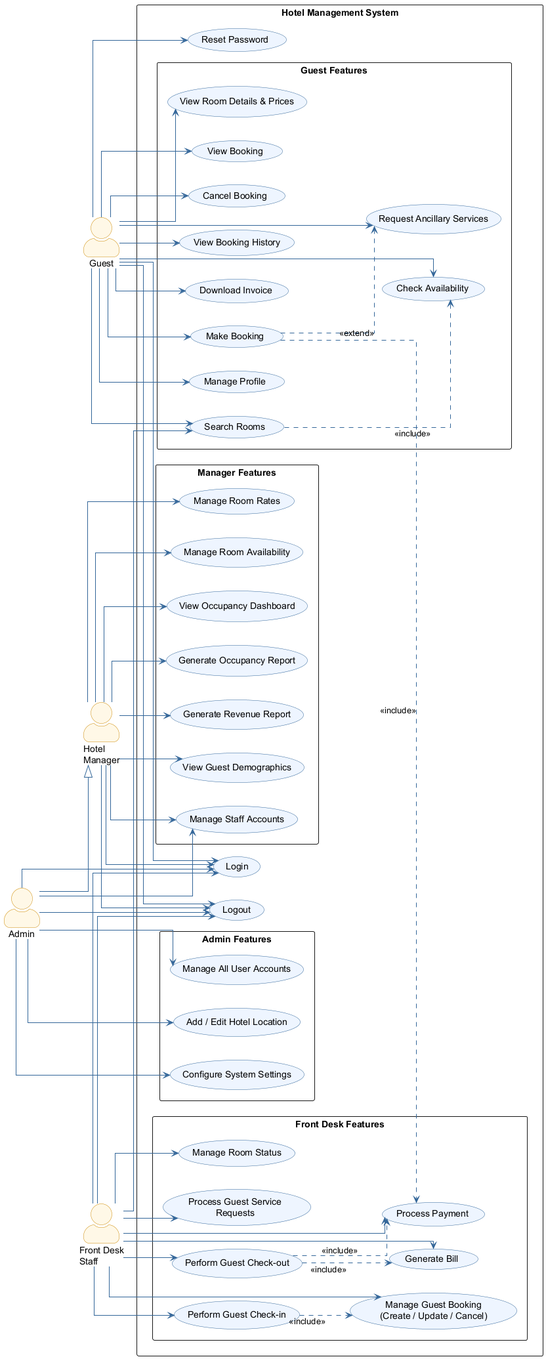
Above: docs/diagrams/HMS_UseCaseDiagram.png in NewGate110/Hotel_Management_System (PlantUML), before the change. The source it was exported from:
```plantuml
@startuml HMS_UseCaseDiagram

skinparam actorStyle awesome
skinparam packageStyle rectangle
skinparam usecase {
  BackgroundColor #EEF5FF
  BorderColor #336699
}
skinparam actor {
  BackgroundColor #FFF8E7
  BorderColor #CC8800
}
skinparam ArrowColor #336699
skinparam linetype ortho

left to right direction

actor Guest          as G
actor "Front Desk\nStaff" as S
actor "Hotel\nManager"    as M
actor Admin          as A

rectangle "Hotel Management System" {

  usecase "Login"                         as UC_Login
  usecase "Logout"                        as UC_Logout
  usecase "Reset Password"                as UC_ResetPw

  package "Guest Features" {
    usecase "Search Rooms"                as UC_Search
    usecase "View Room Details & Prices"  as UC_RoomDetail
    usecase "Check Availability"          as UC_Avail
    usecase "Make Booking"                as UC_Book
    usecase "View Booking"                as UC_ViewBook
    usecase "Cancel Booking"              as UC_Cancel
    usecase "Request Ancillary Services"  as UC_Services
    usecase "View Booking History"        as UC_History
    usecase "Download Invoice"            as UC_Invoice
    usecase "Manage Profile"              as UC_Profile
  }

  package "Front Desk Features" {
    usecase "Manage Guest Booking\n(Create / Update / Cancel)" as UC_ManageBook
    usecase "Perform Guest Check-in"      as UC_Checkin
    usecase "Perform Guest Check-out"     as UC_Checkout
    usecase "Manage Room Status"          as UC_RoomStatus
    usecase "Process Payment"             as UC_Payment
    usecase "Generate Bill"               as UC_Bill
    usecase "Process Guest Service\nRequests" as UC_SvcReq
  }

  package "Manager Features" {
    usecase "View Occupancy Dashboard"    as UC_Dashboard
    usecase "Generate Occupancy Report"   as UC_OccRpt
    usecase "Generate Revenue Report"     as UC_RevRpt
    usecase "View Guest Demographics"     as UC_Demo
    usecase "Manage Room Rates"           as UC_Rates
    usecase "Manage Room Availability"    as UC_RoomAvail
    usecase "Manage Staff Accounts"       as UC_StaffAcc
  }

  package "Admin Features" {
    usecase "Manage All User Accounts"    as UC_UserAcc
    usecase "Add / Edit Hotel Location"   as UC_Hotel
    usecase "Configure System Settings"   as UC_Settings
  }

}

G --> UC_Login
G --> UC_Logout
G --> UC_ResetPw
G --> UC_Search
G --> UC_RoomDetail
G --> UC_Avail
G --> UC_Book
G --> UC_ViewBook
G --> UC_Cancel
G --> UC_Services
G --> UC_History
G --> UC_Invoice
G --> UC_Profile

UC_Search ..> UC_Avail  : <<include>>
UC_Book   ..> UC_Payment : <<include>>
UC_Book   ..> UC_Services : <<extend>>

S --> UC_Login
S --> UC_Logout
S --> UC_ManageBook
S --> UC_Checkin
S --> UC_Checkout
S --> UC_RoomStatus
S --> UC_Payment
S --> UC_Bill
S --> UC_SvcReq
S --> UC_Search

UC_Checkout ..> UC_Bill    : <<include>>
UC_Checkout ..> UC_Payment : <<include>>
UC_Checkin  ..> UC_ManageBook : <<include>>

M --> UC_Login
M --> UC_Logout
M --> UC_Dashboard
M --> UC_OccRpt
M --> UC_RevRpt
M --> UC_Demo
M --> UC_Rates
M --> UC_RoomAvail
M --> UC_StaffAcc

A --> UC_Login
A --> UC_Logout
A --> UC_UserAcc
A --> UC_Hotel
A --> UC_Settings
A --> UC_StaffAcc

A --|> M

@enduml
```
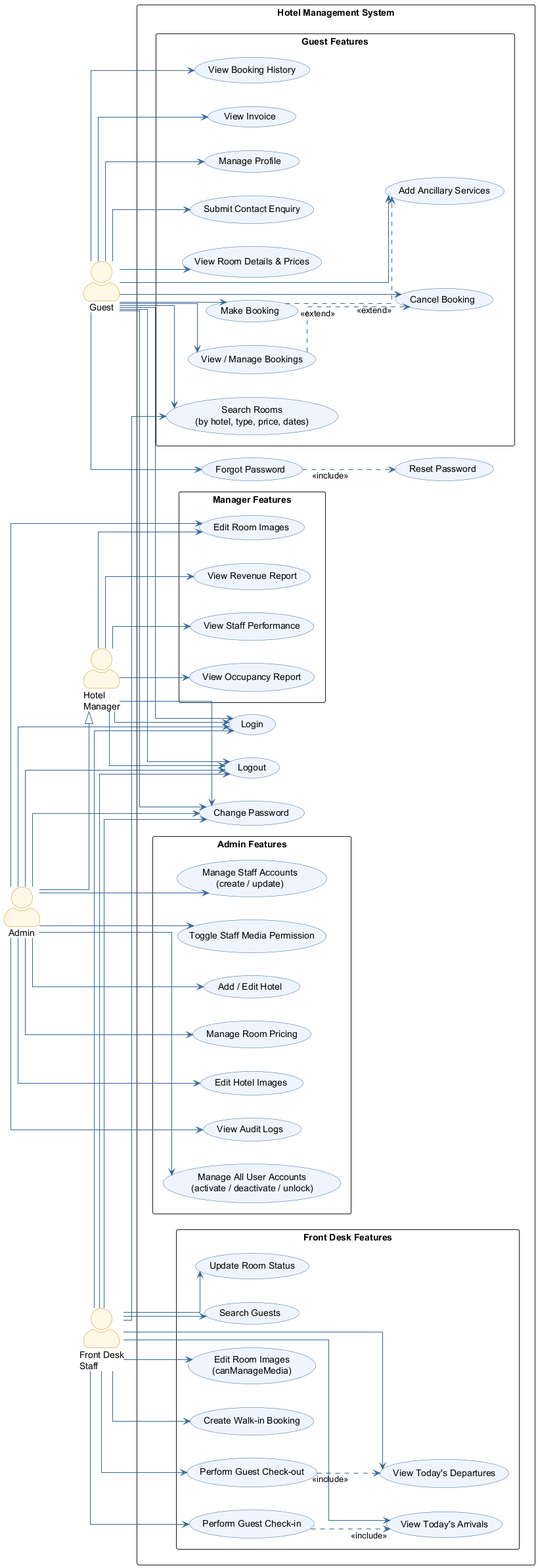
The same file after the commit.

Diff of the diagram source:
```diff
@@ -24,55 +24,59 @@
 
   usecase "Login"                         as UC_Login
   usecase "Logout"                        as UC_Logout
+  usecase "Change Password"               as UC_ChangePw
+  usecase "Forgot Password"               as UC_ForgotPw
   usecase "Reset Password"                as UC_ResetPw
 
   package "Guest Features" {
-    usecase "Search Rooms"                as UC_Search
+    usecase "Search Rooms\n(by hotel, type, price, dates)" as UC_Search
     usecase "View Room Details & Prices"  as UC_RoomDetail
-    usecase "Check Availability"          as UC_Avail
     usecase "Make Booking"                as UC_Book
-    usecase "View Booking"                as UC_ViewBook
+    usecase "View / Manage Bookings"      as UC_ViewBook
     usecase "Cancel Booking"              as UC_Cancel
-    usecase "Request Ancillary Services"  as UC_Services
+    usecase "Add Ancillary Services"      as UC_Services
     usecase "View Booking History"        as UC_History
-    usecase "Download Invoice"            as UC_Invoice
+    usecase "View Invoice"                as UC_Invoice
     usecase "Manage Profile"              as UC_Profile
+    usecase "Submit Contact Enquiry"      as UC_Contact
   }
 
   package "Front Desk Features" {
-    usecase "Manage Guest Booking\n(Create / Update / Cancel)" as UC_ManageBook
+    usecase "View Today's Arrivals"       as UC_Arrivals
+    usecase "View Today's Departures"     as UC_Departures
+    usecase "Create Walk-in Booking"      as UC_WalkIn
     usecase "Perform Guest Check-in"      as UC_Checkin
     usecase "Perform Guest Check-out"     as UC_Checkout
-    usecase "Manage Room Status"          as UC_RoomStatus
-    usecase "Process Payment"             as UC_Payment
-    usecase "Generate Bill"               as UC_Bill
-    usecase "Process Guest Service\nRequests" as UC_SvcReq
+    usecase "Update Room Status"          as UC_RoomStatus
+    usecase "Search Guests"               as UC_GuestSearch
+    usecase "Edit Room Images\n(canManageMedia)" as UC_RoomImg
   }
 
   package "Manager Features" {
-    usecase "View Occupancy Dashboard"    as UC_Dashboard
-    usecase "Generate Occupancy Report"   as UC_OccRpt
-    usecase "Generate Revenue Report"     as UC_RevRpt
-    usecase "View Guest Demographics"     as UC_Demo
-    usecase "Manage Room Rates"           as UC_Rates
-    usecase "Manage Room Availability"    as UC_RoomAvail
-    usecase "Manage Staff Accounts"       as UC_StaffAcc
+    usecase "View Occupancy Report"       as UC_OccRpt
+    usecase "View Revenue Report"         as UC_RevRpt
+    usecase "View Staff Performance"      as UC_StaffPerf
+    usecase "Edit Room Images"            as UC_MgrRoomImg
   }
 
   package "Admin Features" {
-    usecase "Manage All User Accounts"    as UC_UserAcc
-    usecase "Add / Edit Hotel Location"   as UC_Hotel
-    usecase "Configure System Settings"   as UC_Settings
+    usecase "Manage All User Accounts\n(activate / deactivate / unlock)" as UC_UserAcc
+    usecase "Manage Staff Accounts\n(create / update)" as UC_StaffAcc
+    usecase "Toggle Staff Media Permission" as UC_MediaPerm
+    usecase "Add / Edit Hotel"            as UC_Hotel
+    usecase "Manage Room Pricing"         as UC_Pricing
+    usecase "Edit Hotel Images"           as UC_HotelImg
+    usecase "View Audit Logs"             as UC_Audit
   }
 
 }
 
 G --> UC_Login
 G --> UC_Logout
-G --> UC_ResetPw
+G --> UC_ChangePw
+G --> UC_ForgotPw
 G --> UC_Search
 G --> UC_RoomDetail
-G --> UC_Avail
 G --> UC_Book
 G --> UC_ViewBook
 G --> UC_Cancel
@@ -80,42 +84,48 @@
 G --> UC_History
 G --> UC_Invoice
 G --> UC_Profile
+G --> UC_Contact
 
-UC_Search ..> UC_Avail  : <<include>>
-UC_Book   ..> UC_Payment : <<include>>
-UC_Book   ..> UC_Services : <<extend>>
+UC_ForgotPw ..> UC_ResetPw : <<include>>
+
+UC_Book ..> UC_Services : <<extend>>
+UC_ViewBook ..> UC_Cancel : <<extend>>
 
 S --> UC_Login
 S --> UC_Logout
-S --> UC_ManageBook
+S --> UC_ChangePw
+S --> UC_Arrivals
+S --> UC_Departures
+S --> UC_WalkIn
 S --> UC_Checkin
 S --> UC_Checkout
 S --> UC_RoomStatus
-S --> UC_Payment
-S --> UC_Bill
-S --> UC_SvcReq
+S --> UC_GuestSearch
+S --> UC_RoomImg
 S --> UC_Search
 
-UC_Checkout ..> UC_Bill    : <<include>>
-UC_Checkout ..> UC_Payment : <<include>>
-UC_Checkin  ..> UC_ManageBook : <<include>>
+UC_Checkin  ..> UC_Arrivals   : <<include>>
+UC_Checkout ..> UC_Departures : <<include>>
 
 M --> UC_Login
 M --> UC_Logout
-M --> UC_Dashboard
+M --> UC_ChangePw
 M --> UC_OccRpt
 M --> UC_RevRpt
-M --> UC_Demo
-M --> UC_Rates
-M --> UC_RoomAvail
-M --> UC_StaffAcc
+M --> UC_StaffPerf
+M --> UC_MgrRoomImg
 
 A --> UC_Login
 A --> UC_Logout
+A --> UC_ChangePw
 A --> UC_UserAcc
+A --> UC_StaffAcc
+A --> UC_MediaPerm
 A --> UC_Hotel
-A --> UC_Settings
-A --> UC_StaffAcc
+A --> UC_Pricing
+A --> UC_HotelImg
+A --> UC_MgrRoomImg
+A --> UC_Audit
 
 A --|> M
 
```
